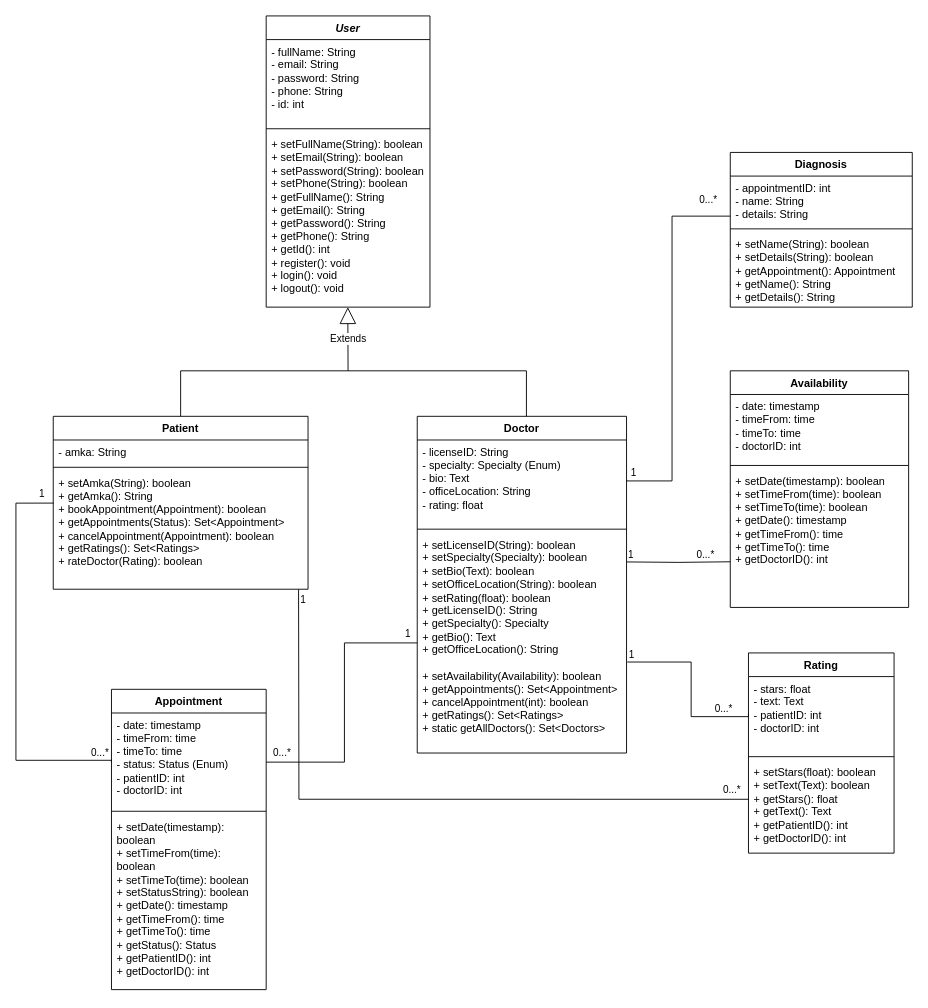
Earlier version of the draw.io diagram diagrams/Class_Diagram1.drawio (dimitry-lzs/seBackend). Source tidied: cells renumbered, new cells numbered last; positions are measured from the earlier drawing's top-left corner, leaving out a move shared by most shapes. Both pictures are drawn from the tidied source at 91%, with x=0, y=0 at pixel (15, 15).
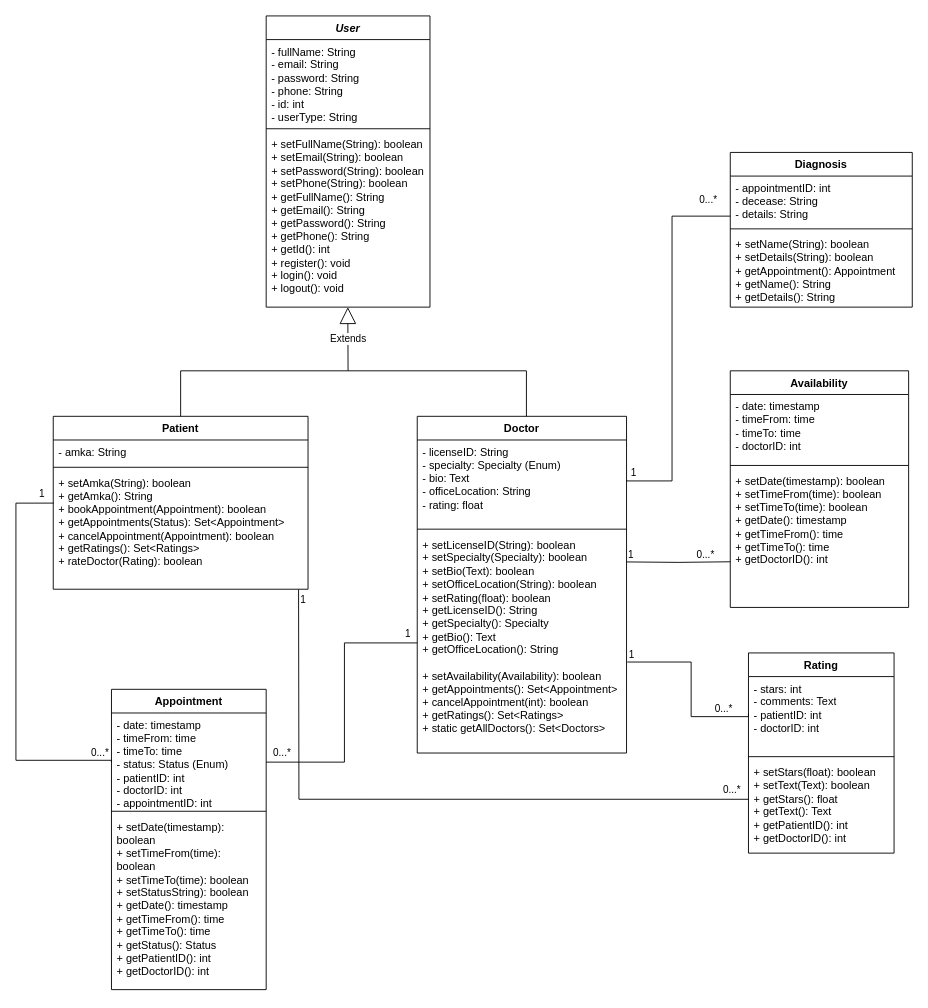
Above is the later version.

The change refers to these unchanged cells:
```xml
<mxCell id="2" value="&lt;i&gt;User&lt;/i&gt;" style="swimlane;fontStyle=1;align=center;verticalAlign=top;horizontal=1;startSize=26;whiteSpace=wrap;html=1;" parent="1" vertex="1">
  <mxGeometry x="275" width="180" height="320" as="geometry" />
</mxCell>
<mxCell id="14" value="Appointment" style="swimlane;fontStyle=1;align=center;verticalAlign=top;horizontal=1;startSize=26;whiteSpace=wrap;html=1;" parent="1" vertex="1">
  <mxGeometry x="105" y="740" width="170" height="330" as="geometry" />
</mxCell>
<mxCell id="22" value="Rating" style="swimlane;fontStyle=1;align=center;verticalAlign=top;horizontal=1;startSize=26;whiteSpace=wrap;html=1;" parent="1" vertex="1">
  <mxGeometry x="805" y="700" width="160" height="220" as="geometry" />
</mxCell>
<mxCell id="26" value="Diagnosis" style="swimlane;fontStyle=1;align=center;verticalAlign=top;horizontal=1;startSize=26;whiteSpace=wrap;html=1;" parent="1" vertex="1">
  <mxGeometry x="785" y="150" width="200" height="170" as="geometry" />
</mxCell>
```

The edit, as a diff of the source:
```diff
@@
-    <mxCell id="3" value="- fullName: String&lt;div&gt;- email: String&lt;/div&gt;&lt;div&gt;- password: String&lt;/div&gt;&lt;div&gt;- phone: String&lt;/div&gt;&lt;div&gt;- id: int&lt;/div&gt;" style="text;strokeColor=none;fillColor=none;align=left;verticalAlign=top;spacingLeft=4;spacingRight=4;overflow=hidden;whiteSpace=wrap;html=1;" parent="2" vertex="1">
+    <mxCell id="3" value="- fullName: String&lt;div&gt;- email: String&lt;/div&gt;&lt;div&gt;- password: String&lt;/div&gt;&lt;div&gt;- phone: String&lt;/div&gt;&lt;div&gt;- id: int&lt;/div&gt;&lt;div&gt;- userType: String&lt;/div&gt;" style="text;strokeColor=none;fillColor=none;align=left;verticalAlign=top;spacingLeft=4;spacingRight=4;overflow=hidden;whiteSpace=wrap;html=1;" parent="2" vertex="1">
       <mxGeometry y="26" width="180" height="94" as="geometry" />
     </mxCell>
@@
-    <mxCell id="15" value="- date: timestamp&lt;div&gt;- timeFrom: time&lt;/div&gt;&lt;div&gt;- timeTo: time&lt;/div&gt;&lt;div&gt;- status: Status (Enum)&lt;/div&gt;&lt;div&gt;- patientID: int&lt;/div&gt;&lt;div&gt;- doctorID: int&amp;nbsp;&lt;/div&gt;" style="text;strokeColor=none;fillColor=none;align=left;verticalAlign=top;spacingLeft=4;spacingRight=4;overflow=hidden;whiteSpace=wrap;html=1;" parent="14" vertex="1">
+    <mxCell id="15" value="- date: timestamp&lt;div&gt;- timeFrom: time&lt;/div&gt;&lt;div&gt;- timeTo: time&lt;/div&gt;&lt;div&gt;- status: Status (Enum)&lt;/div&gt;&lt;div&gt;- patientID: int&lt;/div&gt;&lt;div&gt;- doctorID: int&amp;nbsp;&lt;/div&gt;&lt;div&gt;- appointmentID: int&lt;/div&gt;" style="text;strokeColor=none;fillColor=none;align=left;verticalAlign=top;spacingLeft=4;spacingRight=4;overflow=hidden;whiteSpace=wrap;html=1;" parent="14" vertex="1">
       <mxGeometry y="26" width="170" height="104" as="geometry" />
     </mxCell>
@@
-    <mxCell id="23" value="- stars: float&lt;div&gt;- text: Text&lt;/div&gt;&lt;div&gt;- patientID: int&lt;/div&gt;&lt;div&gt;- doctorID: int&lt;/div&gt;" style="text;strokeColor=none;fillColor=none;align=left;verticalAlign=top;spacingLeft=4;spacingRight=4;overflow=hidden;whiteSpace=wrap;html=1;" parent="22" vertex="1">
+    <mxCell id="23" value="- stars: int&lt;div&gt;- comments: Text&lt;/div&gt;&lt;div&gt;- patientID: int&lt;/div&gt;&lt;div&gt;- doctorID: int&lt;/div&gt;" style="text;strokeColor=none;fillColor=none;align=left;verticalAlign=top;spacingLeft=4;spacingRight=4;overflow=hidden;whiteSpace=wrap;html=1;" parent="22" vertex="1">
       <mxGeometry y="26" width="160" height="84" as="geometry" />
     </mxCell>
@@
-    <mxCell id="27" value="- appointmentID: int&lt;div&gt;- name: String&lt;/div&gt;&lt;div&gt;- details: String&lt;/div&gt;" style="text;strokeColor=none;fillColor=none;align=left;verticalAlign=top;spacingLeft=4;spacingRight=4;overflow=hidden;points=[[0,0.5],[1,0.5]];portConstraint=eastwest;whiteSpace=wrap;html=1;" parent="26" vertex="1">
+    <mxCell id="27" value="- appointmentID: int&lt;div&gt;- decease: String&lt;/div&gt;&lt;div&gt;- details: String&lt;/div&gt;" style="text;strokeColor=none;fillColor=none;align=left;verticalAlign=top;spacingLeft=4;spacingRight=4;overflow=hidden;points=[[0,0.5],[1,0.5]];portConstraint=eastwest;whiteSpace=wrap;html=1;" parent="26" vertex="1">
       <mxGeometry y="26" width="200" height="54" as="geometry" />
     </mxCell>
```
